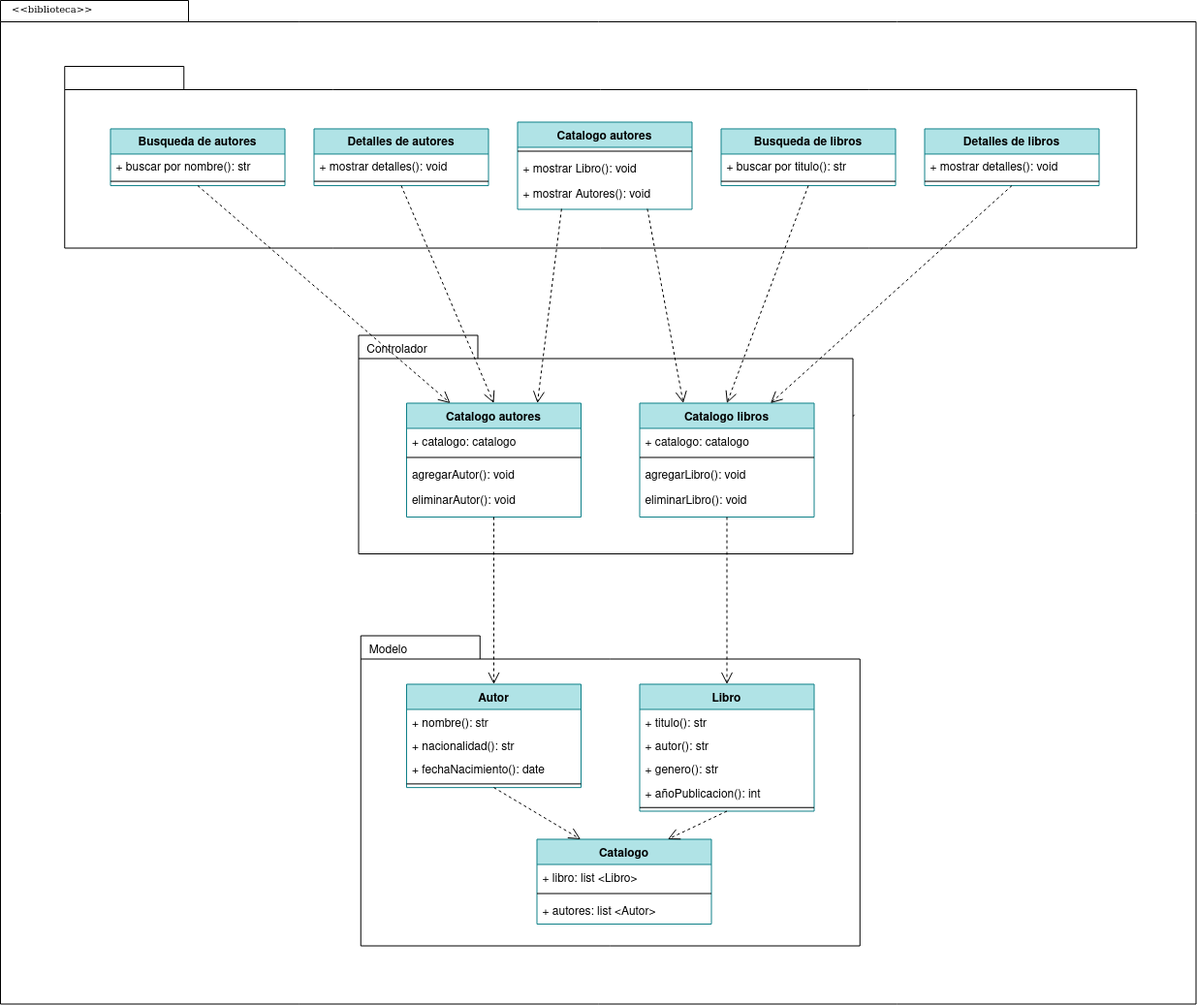
This is diagramas/tarea2 (biblioteca)/diagrama_paquete_gestion_biblioteca.png from Chugani05/entorno_de_desarrollo, a draw.io export, as it was before one commit. Source tidied: cells renumbered, new cells last; positions are measured from the earlier drawing's top-left corner, leaving out a move shared by most shapes.
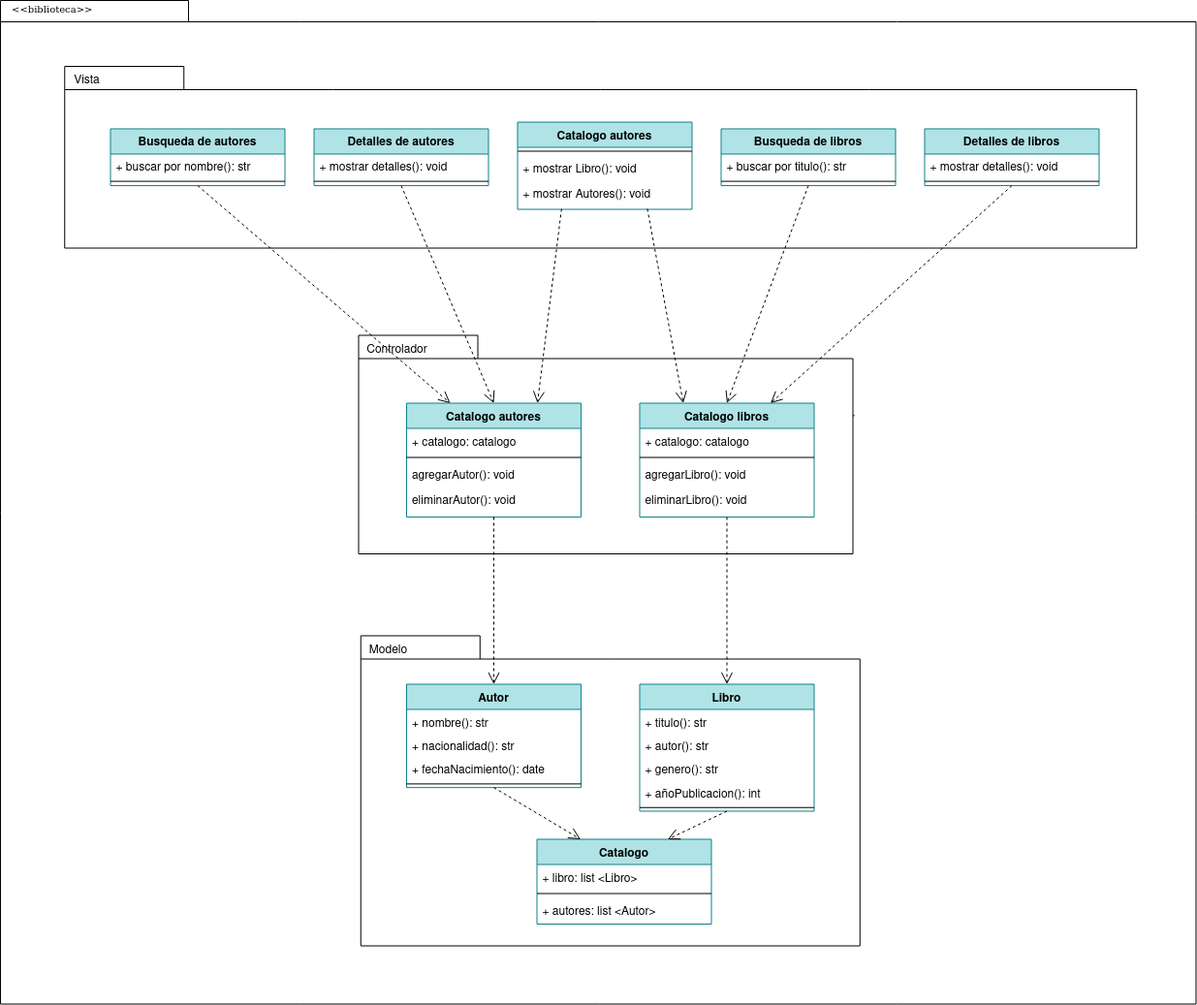
Later version of the same file.

The edit, as a diff of the source:
```diff
@@ -47,6 +47,9 @@
     <mxCell id="16" style="line;html=1;strokeWidth=1;align=left;verticalAlign=middle;spacingTop=-1;spacingLeft=3;spacingRight=3;labelPosition=right;" parent="14" vertex="1">
       <mxGeometry y="50.4" width="180" height="7.5" as="geometry" />
     </mxCell>
+    <mxCell id="62" value="Vista" style="text;html=1;align=center;verticalAlign=middle;strokeColor=none;fillColor=none;" parent="3" vertex="1">
+      <mxGeometry x="-22.8" width="50" height="30" as="geometry" />
+    </mxCell>
     <mxCell id="17" style="shape=folder;fontStyle=1;spacingTop=10;tabWidth=123;tabHeight=24;tabPosition=left;html=1;rounded=0;shadow=0;comic=0;labelBackgroundColor=none;strokeColor=#000000;strokeWidth=1;fillColor=#ffffff;fontFamily=Verdana;fontSize=10;fontColor=#000000;align=center;" parent="1" vertex="1">
       <mxGeometry x="371.8" y="655.5" width="515" height="320" as="geometry" />
     </mxCell>
```
